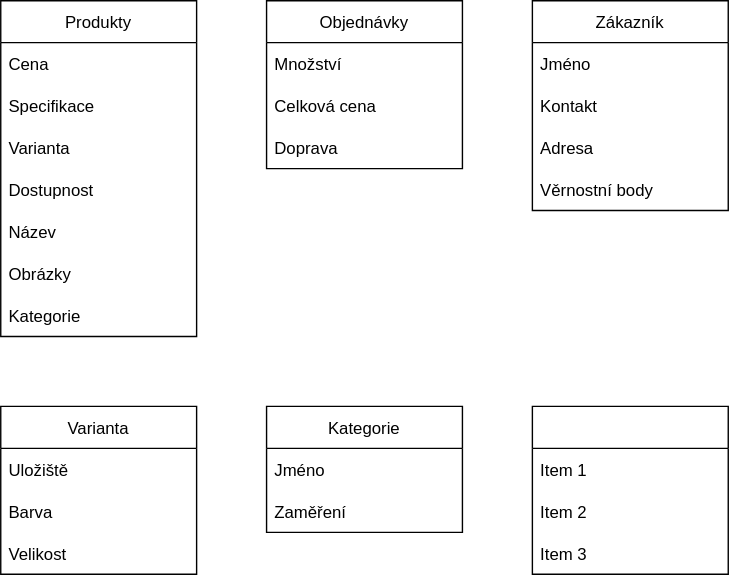
This is 22092022.drawio.svg from hongolem/Diagrams, a draw.io export, as it was before one commit. Source tidied: cells renumbered, new cells last; positions are measured from the earlier drawing's top-left corner, leaving out a move shared by most shapes. The source it was exported from:
```xml
<mxGraphModel>
  <root>
    <mxCell id="0" />
    <mxCell id="1" parent="0" />
    <mxCell id="2" value="Produkty" style="swimlane;fontStyle=0;horizontal=1;startSize=30;" parent="1" vertex="1">
      <mxGeometry width="140" height="240" as="geometry" />
    </mxCell>
    <mxCell id="3" value="Cena" style="text;strokeColor=none;fillColor=none;align=left;verticalAlign=middle;spacingLeft=4;spacingRight=4;overflow=hidden;" parent="2" vertex="1">
      <mxGeometry y="30" width="140" height="30" as="geometry" />
    </mxCell>
    <mxCell id="4" value="Specifikace" style="text;strokeColor=none;fillColor=none;align=left;verticalAlign=middle;spacingLeft=4;spacingRight=4;overflow=hidden;" parent="2" vertex="1">
      <mxGeometry y="60" width="140" height="30" as="geometry" />
    </mxCell>
    <mxCell id="5" value="Varianta" style="text;strokeColor=none;fillColor=none;align=left;verticalAlign=middle;spacingLeft=4;spacingRight=4;overflow=hidden;" parent="2" vertex="1">
      <mxGeometry y="90" width="140" height="30" as="geometry" />
    </mxCell>
    <mxCell id="6" value="Dostupnost" style="text;strokeColor=none;fillColor=none;align=left;verticalAlign=middle;spacingLeft=4;spacingRight=4;overflow=hidden;" parent="2" vertex="1">
      <mxGeometry y="120" width="140" height="30" as="geometry" />
    </mxCell>
    <mxCell id="7" value="Název" style="text;strokeColor=none;fillColor=none;align=left;verticalAlign=middle;spacingLeft=4;spacingRight=4;overflow=hidden;" parent="2" vertex="1">
      <mxGeometry y="150" width="140" height="30" as="geometry" />
    </mxCell>
    <mxCell id="8" value="Obrázky" style="text;strokeColor=none;fillColor=none;align=left;verticalAlign=middle;spacingLeft=4;spacingRight=4;overflow=hidden;" parent="2" vertex="1">
      <mxGeometry y="180" width="140" height="30" as="geometry" />
    </mxCell>
    <mxCell id="9" value="Kategorie" style="text;strokeColor=none;fillColor=none;align=left;verticalAlign=middle;spacingLeft=4;spacingRight=4;overflow=hidden;" parent="2" vertex="1">
      <mxGeometry y="210" width="140" height="30" as="geometry" />
    </mxCell>
    <mxCell id="10" value="Objednávky" style="swimlane;fontStyle=0;horizontal=1;startSize=30;" parent="1" vertex="1">
      <mxGeometry x="190" width="140" height="120" as="geometry" />
    </mxCell>
    <mxCell id="11" value="Množství" style="text;strokeColor=none;fillColor=none;align=left;verticalAlign=middle;spacingLeft=4;spacingRight=4;overflow=hidden;" parent="10" vertex="1">
      <mxGeometry y="30" width="140" height="30" as="geometry" />
    </mxCell>
    <mxCell id="12" value="Celková cena" style="text;strokeColor=none;fillColor=none;align=left;verticalAlign=middle;spacingLeft=4;spacingRight=4;overflow=hidden;" parent="10" vertex="1">
      <mxGeometry y="60" width="140" height="30" as="geometry" />
    </mxCell>
    <mxCell id="13" value="Doprava" style="text;strokeColor=none;fillColor=none;align=left;verticalAlign=middle;spacingLeft=4;spacingRight=4;overflow=hidden;" parent="10" vertex="1">
      <mxGeometry y="90" width="140" height="30" as="geometry" />
    </mxCell>
    <mxCell id="14" value="Zákazník" style="swimlane;fontStyle=0;horizontal=1;startSize=30;" parent="1" vertex="1">
      <mxGeometry x="380" width="140" height="150" as="geometry" />
    </mxCell>
    <mxCell id="15" value="Jméno" style="text;strokeColor=none;fillColor=none;align=left;verticalAlign=middle;spacingLeft=4;spacingRight=4;overflow=hidden;" parent="14" vertex="1">
      <mxGeometry y="30" width="140" height="30" as="geometry" />
    </mxCell>
    <mxCell id="16" value="Kontakt" style="text;strokeColor=none;fillColor=none;align=left;verticalAlign=middle;spacingLeft=4;spacingRight=4;overflow=hidden;" parent="14" vertex="1">
      <mxGeometry y="60" width="140" height="30" as="geometry" />
    </mxCell>
    <mxCell id="17" value="Adresa" style="text;strokeColor=none;fillColor=none;align=left;verticalAlign=middle;spacingLeft=4;spacingRight=4;overflow=hidden;" parent="14" vertex="1">
      <mxGeometry y="90" width="140" height="30" as="geometry" />
    </mxCell>
    <mxCell id="18" value="Věrnostní body" style="text;strokeColor=none;fillColor=none;align=left;verticalAlign=middle;spacingLeft=4;spacingRight=4;overflow=hidden;" parent="14" vertex="1">
      <mxGeometry y="120" width="140" height="30" as="geometry" />
    </mxCell>
    <mxCell id="19" value="Varianta" style="swimlane;fontStyle=0;horizontal=1;startSize=30;" parent="1" vertex="1">
      <mxGeometry y="290" width="140" height="120" as="geometry" />
    </mxCell>
    <mxCell id="20" value="Uložiště" style="text;strokeColor=none;fillColor=none;align=left;verticalAlign=middle;spacingLeft=4;spacingRight=4;overflow=hidden;" parent="19" vertex="1">
      <mxGeometry y="30" width="140" height="30" as="geometry" />
    </mxCell>
    <mxCell id="21" value="Barva" style="text;strokeColor=none;fillColor=none;align=left;verticalAlign=middle;spacingLeft=4;spacingRight=4;overflow=hidden;" parent="19" vertex="1">
      <mxGeometry y="60" width="140" height="30" as="geometry" />
    </mxCell>
    <mxCell id="22" value="Velikost" style="text;strokeColor=none;fillColor=none;align=left;verticalAlign=middle;spacingLeft=4;spacingRight=4;overflow=hidden;" parent="19" vertex="1">
      <mxGeometry y="90" width="140" height="30" as="geometry" />
    </mxCell>
    <mxCell id="23" value="Kategorie" style="swimlane;fontStyle=0;horizontal=1;startSize=30;" parent="1" vertex="1">
      <mxGeometry x="190" y="290" width="140" height="90" as="geometry" />
    </mxCell>
    <mxCell id="24" value="Jméno" style="text;strokeColor=none;fillColor=none;align=left;verticalAlign=middle;spacingLeft=4;spacingRight=4;overflow=hidden;" parent="23" vertex="1">
      <mxGeometry y="30" width="140" height="30" as="geometry" />
    </mxCell>
    <mxCell id="25" value="Zaměření" style="text;strokeColor=none;fillColor=none;align=left;verticalAlign=middle;spacingLeft=4;spacingRight=4;overflow=hidden;" parent="23" vertex="1">
      <mxGeometry y="60" width="140" height="30" as="geometry" />
    </mxCell>
    <mxCell id="26" style="swimlane;fontStyle=0;horizontal=1;startSize=30;" parent="1" vertex="1">
      <mxGeometry x="380" y="290" width="140" height="120" as="geometry" />
    </mxCell>
    <mxCell id="27" value="Item 1" style="text;strokeColor=none;fillColor=none;align=left;verticalAlign=middle;spacingLeft=4;spacingRight=4;overflow=hidden;" parent="26" vertex="1">
      <mxGeometry y="30" width="140" height="30" as="geometry" />
    </mxCell>
    <mxCell id="28" value="Item 2" style="text;strokeColor=none;fillColor=none;align=left;verticalAlign=middle;spacingLeft=4;spacingRight=4;overflow=hidden;" parent="26" vertex="1">
      <mxGeometry y="60" width="140" height="30" as="geometry" />
    </mxCell>
    <mxCell id="29" value="Item 3" style="text;strokeColor=none;fillColor=none;align=left;verticalAlign=middle;spacingLeft=4;spacingRight=4;overflow=hidden;" parent="26" vertex="1">
      <mxGeometry y="90" width="140" height="30" as="geometry" />
    </mxCell>
  </root>
</mxGraphModel>
```
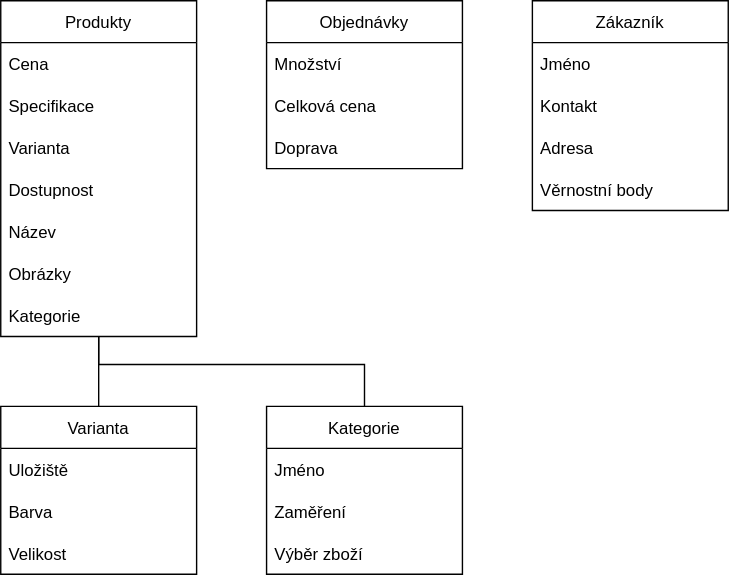
After the commit.

Change to the diagram source:
```diff
@@ -2,6 +2,17 @@
   <root>
     <mxCell id="0" />
     <mxCell id="1" parent="0" />
+    <mxCell id="30" style="edgeStyle=orthogonalEdgeStyle;rounded=0;jettySize=auto;html=1;endArrow=none;endFill=0;" parent="1" edge="1" source="2" target="19">
+      <mxGeometry relative="1" as="geometry" />
+    </mxCell>
+    <mxCell id="31" style="edgeStyle=orthogonalEdgeStyle;rounded=0;jettySize=auto;html=1;endArrow=none;endFill=0;" parent="1" edge="1" source="2" target="23">
+      <mxGeometry relative="1" as="geometry">
+        <Array as="points">
+          <mxPoint x="70" y="260" />
+          <mxPoint x="260" y="260" />
+        </Array>
+      </mxGeometry>
+    </mxCell>
     <mxCell id="2" value="Produkty" style="swimlane;fontStyle=0;horizontal=1;startSize=30;" parent="1" vertex="1">
       <mxGeometry width="140" height="240" as="geometry" />
     </mxCell>
@@ -66,7 +77,7 @@
       <mxGeometry y="90" width="140" height="30" as="geometry" />
     </mxCell>
     <mxCell id="23" value="Kategorie" style="swimlane;fontStyle=0;horizontal=1;startSize=30;" parent="1" vertex="1">
-      <mxGeometry x="190" y="290" width="140" height="90" as="geometry" />
+      <mxGeometry x="190" y="290" width="140" height="120" as="geometry" />
     </mxCell>
     <mxCell id="24" value="Jméno" style="text;strokeColor=none;fillColor=none;align=left;verticalAlign=middle;spacingLeft=4;spacingRight=4;overflow=hidden;" parent="23" vertex="1">
       <mxGeometry y="30" width="140" height="30" as="geometry" />
@@ -74,17 +85,8 @@
     <mxCell id="25" value="Zaměření" style="text;strokeColor=none;fillColor=none;align=left;verticalAlign=middle;spacingLeft=4;spacingRight=4;overflow=hidden;" parent="23" vertex="1">
       <mxGeometry y="60" width="140" height="30" as="geometry" />
     </mxCell>
-    <mxCell id="26" style="swimlane;fontStyle=0;horizontal=1;startSize=30;" parent="1" vertex="1">
-      <mxGeometry x="380" y="290" width="140" height="120" as="geometry" />
-    </mxCell>
-    <mxCell id="27" value="Item 1" style="text;strokeColor=none;fillColor=none;align=left;verticalAlign=middle;spacingLeft=4;spacingRight=4;overflow=hidden;" parent="26" vertex="1">
-      <mxGeometry y="30" width="140" height="30" as="geometry" />
-    </mxCell>
-    <mxCell id="28" value="Item 2" style="text;strokeColor=none;fillColor=none;align=left;verticalAlign=middle;spacingLeft=4;spacingRight=4;overflow=hidden;" parent="26" vertex="1">
-      <mxGeometry y="60" width="140" height="30" as="geometry" />
-    </mxCell>
-    <mxCell id="29" value="Item 3" style="text;strokeColor=none;fillColor=none;align=left;verticalAlign=middle;spacingLeft=4;spacingRight=4;overflow=hidden;" parent="26" vertex="1">
-      <mxGeometry y="90" width="140" height="30" as="geometry" />
-    </mxCell>
+    <mxCell id="32" value="Výběr zboží" style="text;strokeColor=none;fillColor=none;align=left;verticalAlign=middle;spacingLeft=4;spacingRight=4;overflow=hidden;" parent="23" vertex="1">
+      <mxGeometry y="90" width="140" height="30" as="geometry" />
+    </mxCell>
   </root>
 </mxGraphModel>
```
